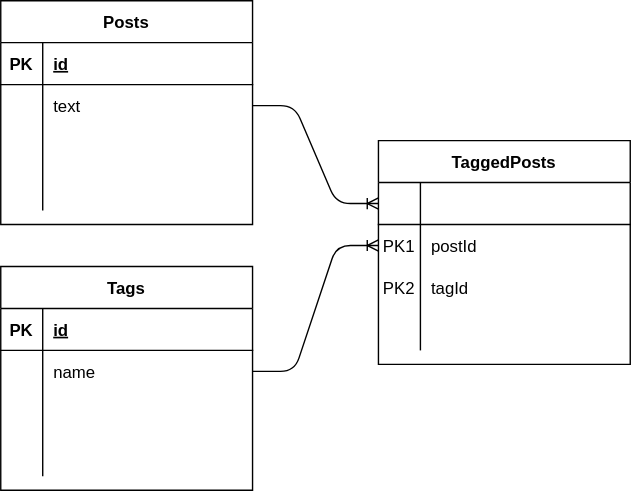
tomoya3178/praha-challenge keeps this draw.io diagram as 22/answer.drawio.svg. Above is the earlier version. Source tidied: cells renumbered, new cells last; positions are measured from the earlier drawing's top-left corner, leaving out a move shared by most shapes. Source of this version:
```xml
<mxGraphModel>
  <root>
    <mxCell id="0" />
    <mxCell id="1" parent="0" />
    <mxCell id="2" value="TaggedPosts" style="shape=table;startSize=30;rowLines=0;fontStyle=1;align=center;fontColor=#000000;" parent="1" vertex="1">
      <mxGeometry x="270" y="100" width="180" height="160" as="geometry" />
    </mxCell>
    <mxCell id="3" style="shape=partialRectangle;fillColor=none;top=0;left=0;bottom=1;right=0;points=[[0,0.5],[1,0.5]];portConstraint=eastwest;fontColor=#000000;" parent="2" vertex="1">
      <mxGeometry y="30" width="180" height="30" as="geometry" />
    </mxCell>
    <mxCell id="4" style="shape=partialRectangle;fillColor=none;top=0;left=0;bottom=0;right=0;fontStyle=1;overflow=hidden;fontColor=#000000;" parent="3" vertex="1">
      <mxGeometry width="30" height="30" as="geometry" />
    </mxCell>
    <mxCell id="5" style="shape=partialRectangle;fillColor=none;top=0;left=0;bottom=0;right=0;align=left;spacingLeft=6;fontStyle=5;overflow=hidden;fontColor=#000000;" parent="3" vertex="1">
      <mxGeometry x="30" width="150" height="30" as="geometry" />
    </mxCell>
    <mxCell id="6" style="shape=partialRectangle;fillColor=none;top=0;left=0;bottom=0;right=0;points=[[0,0.5],[1,0.5]];portConstraint=eastwest;fontColor=#000000;" parent="2" vertex="1">
      <mxGeometry y="60" width="180" height="30" as="geometry" />
    </mxCell>
    <mxCell id="7" value="PK1" style="shape=partialRectangle;fillColor=none;top=0;left=0;bottom=0;right=0;overflow=hidden;fontColor=#000000;" parent="6" vertex="1">
      <mxGeometry width="30" height="30" as="geometry" />
    </mxCell>
    <mxCell id="8" value="postId" style="shape=partialRectangle;fillColor=none;top=0;left=0;bottom=0;right=0;align=left;spacingLeft=6;overflow=hidden;fontColor=#000000;" parent="6" vertex="1">
      <mxGeometry x="30" width="150" height="30" as="geometry" />
    </mxCell>
    <mxCell id="9" style="shape=partialRectangle;fillColor=none;top=0;left=0;bottom=0;right=0;points=[[0,0.5],[1,0.5]];portConstraint=eastwest;fontColor=#000000;" parent="2" vertex="1">
      <mxGeometry y="90" width="180" height="30" as="geometry" />
    </mxCell>
    <mxCell id="10" value="PK2" style="shape=partialRectangle;fillColor=none;top=0;left=0;bottom=0;right=0;overflow=hidden;fontColor=#000000;" parent="9" vertex="1">
      <mxGeometry width="30" height="30" as="geometry" />
    </mxCell>
    <mxCell id="11" value="tagId" style="shape=partialRectangle;fillColor=none;top=0;left=0;bottom=0;right=0;align=left;spacingLeft=6;overflow=hidden;fontColor=#000000;" parent="9" vertex="1">
      <mxGeometry x="30" width="150" height="30" as="geometry" />
    </mxCell>
    <mxCell id="12" style="shape=partialRectangle;fillColor=none;top=0;left=0;bottom=0;right=0;fontColor=#000000;" parent="2" vertex="1">
      <mxGeometry y="120" width="180" height="30" as="geometry" />
    </mxCell>
    <mxCell id="13" style="shape=partialRectangle;fillColor=none;top=0;left=0;bottom=0;right=0;overflow=hidden;fontColor=#000000;" parent="12" vertex="1">
      <mxGeometry width="30" height="30" as="geometry" />
    </mxCell>
    <mxCell id="14" style="shape=partialRectangle;fillColor=none;top=0;left=0;bottom=0;right=0;align=left;spacingLeft=6;overflow=hidden;fontColor=#000000;" parent="12" vertex="1">
      <mxGeometry x="30" width="150" height="30" as="geometry" />
    </mxCell>
    <mxCell id="15" value="Posts" style="shape=table;startSize=30;rowLines=0;fontStyle=1;align=center;fontColor=#000000;" parent="1" vertex="1">
      <mxGeometry width="180" height="160" as="geometry" />
    </mxCell>
    <mxCell id="16" style="shape=partialRectangle;fillColor=none;top=0;left=0;bottom=1;right=0;fontColor=#000000;" parent="15" vertex="1">
      <mxGeometry y="30" width="180" height="30" as="geometry" />
    </mxCell>
    <mxCell id="17" value="PK" style="shape=partialRectangle;fillColor=none;top=0;left=0;bottom=0;right=0;fontStyle=1;overflow=hidden;fontColor=#000000;" parent="16" vertex="1">
      <mxGeometry width="30" height="30" as="geometry" />
    </mxCell>
    <mxCell id="18" value="id" style="shape=partialRectangle;fillColor=none;top=0;left=0;bottom=0;right=0;align=left;spacingLeft=6;fontStyle=5;overflow=hidden;fontColor=#000000;" parent="16" vertex="1">
      <mxGeometry x="30" width="150" height="30" as="geometry" />
    </mxCell>
    <mxCell id="19" style="shape=partialRectangle;fillColor=none;top=0;left=0;bottom=0;right=0;points=[[0,0.5],[1,0.5]];portConstraint=eastwest;fontColor=#000000;" parent="15" vertex="1">
      <mxGeometry y="60" width="180" height="30" as="geometry" />
    </mxCell>
    <mxCell id="20" style="shape=partialRectangle;fillColor=none;top=0;left=0;bottom=0;right=0;overflow=hidden;fontColor=#000000;" parent="19" vertex="1">
      <mxGeometry width="30" height="30" as="geometry" />
    </mxCell>
    <mxCell id="21" value="text" style="shape=partialRectangle;fillColor=none;top=0;left=0;bottom=0;right=0;align=left;spacingLeft=6;overflow=hidden;fontColor=#000000;" parent="19" vertex="1">
      <mxGeometry x="30" width="150" height="30" as="geometry" />
    </mxCell>
    <mxCell id="22" style="shape=partialRectangle;fillColor=none;top=0;left=0;bottom=0;right=0;fontColor=#000000;" parent="15" vertex="1">
      <mxGeometry y="90" width="180" height="30" as="geometry" />
    </mxCell>
    <mxCell id="23" style="shape=partialRectangle;fillColor=none;top=0;left=0;bottom=0;right=0;overflow=hidden;fontColor=#000000;" parent="22" vertex="1">
      <mxGeometry width="30" height="30" as="geometry" />
    </mxCell>
    <mxCell id="24" style="shape=partialRectangle;fillColor=none;top=0;left=0;bottom=0;right=0;align=left;spacingLeft=6;overflow=hidden;fontColor=#000000;" parent="22" vertex="1">
      <mxGeometry x="30" width="150" height="30" as="geometry" />
    </mxCell>
    <mxCell id="25" style="shape=partialRectangle;fillColor=none;top=0;left=0;bottom=0;right=0;fontColor=#000000;" parent="15" vertex="1">
      <mxGeometry y="120" width="180" height="30" as="geometry" />
    </mxCell>
    <mxCell id="26" style="shape=partialRectangle;fillColor=none;top=0;left=0;bottom=0;right=0;overflow=hidden;fontColor=#000000;" parent="25" vertex="1">
      <mxGeometry width="30" height="30" as="geometry" />
    </mxCell>
    <mxCell id="27" style="shape=partialRectangle;fillColor=none;top=0;left=0;bottom=0;right=0;align=left;spacingLeft=6;overflow=hidden;fontColor=#000000;" parent="25" vertex="1">
      <mxGeometry x="30" width="150" height="30" as="geometry" />
    </mxCell>
    <mxCell id="28" value="Tags" style="shape=table;startSize=30;rowLines=0;fontStyle=1;align=center;fontColor=#000000;" parent="1" vertex="1">
      <mxGeometry y="190" width="180" height="160" as="geometry" />
    </mxCell>
    <mxCell id="29" style="shape=partialRectangle;fillColor=none;top=0;left=0;bottom=1;right=0;fontColor=#000000;" parent="28" vertex="1">
      <mxGeometry y="30" width="180" height="30" as="geometry" />
    </mxCell>
    <mxCell id="30" value="PK" style="shape=partialRectangle;fillColor=none;top=0;left=0;bottom=0;right=0;fontStyle=1;overflow=hidden;fontColor=#000000;" parent="29" vertex="1">
      <mxGeometry width="30" height="30" as="geometry" />
    </mxCell>
    <mxCell id="31" value="id" style="shape=partialRectangle;fillColor=none;top=0;left=0;bottom=0;right=0;align=left;spacingLeft=6;fontStyle=5;overflow=hidden;fontColor=#000000;" parent="29" vertex="1">
      <mxGeometry x="30" width="150" height="30" as="geometry" />
    </mxCell>
    <mxCell id="32" style="shape=partialRectangle;fillColor=none;top=0;left=0;bottom=0;right=0;points=[[0,0.5],[1,0.5]];portConstraint=eastwest;fontColor=#000000;" parent="28" vertex="1">
      <mxGeometry y="60" width="180" height="30" as="geometry" />
    </mxCell>
    <mxCell id="33" style="shape=partialRectangle;fillColor=none;top=0;left=0;bottom=0;right=0;overflow=hidden;fontColor=#000000;" parent="32" vertex="1">
      <mxGeometry width="30" height="30" as="geometry" />
    </mxCell>
    <mxCell id="34" value="name" style="shape=partialRectangle;fillColor=none;top=0;left=0;bottom=0;right=0;align=left;spacingLeft=6;overflow=hidden;fontColor=#000000;" parent="32" vertex="1">
      <mxGeometry x="30" width="150" height="30" as="geometry" />
    </mxCell>
    <mxCell id="35" style="shape=partialRectangle;fillColor=none;top=0;left=0;bottom=0;right=0;fontColor=#000000;" parent="28" vertex="1">
      <mxGeometry y="90" width="180" height="30" as="geometry" />
    </mxCell>
    <mxCell id="36" style="shape=partialRectangle;fillColor=none;top=0;left=0;bottom=0;right=0;overflow=hidden;fontColor=#000000;" parent="35" vertex="1">
      <mxGeometry width="30" height="30" as="geometry" />
    </mxCell>
    <mxCell id="37" style="shape=partialRectangle;fillColor=none;top=0;left=0;bottom=0;right=0;align=left;spacingLeft=6;overflow=hidden;fontColor=#000000;" parent="35" vertex="1">
      <mxGeometry x="30" width="150" height="30" as="geometry" />
    </mxCell>
    <mxCell id="38" style="shape=partialRectangle;fillColor=none;top=0;left=0;bottom=0;right=0;fontColor=#000000;" parent="28" vertex="1">
      <mxGeometry y="120" width="180" height="30" as="geometry" />
    </mxCell>
    <mxCell id="39" style="shape=partialRectangle;fillColor=none;top=0;left=0;bottom=0;right=0;overflow=hidden;fontColor=#000000;" parent="38" vertex="1">
      <mxGeometry width="30" height="30" as="geometry" />
    </mxCell>
    <mxCell id="40" style="shape=partialRectangle;fillColor=none;top=0;left=0;bottom=0;right=0;align=left;spacingLeft=6;overflow=hidden;fontColor=#000000;" parent="38" vertex="1">
      <mxGeometry x="30" width="150" height="30" as="geometry" />
    </mxCell>
    <mxCell id="41" style="edgeStyle=entityRelationEdgeStyle;fontSize=12;html=1;endArrow=ERoneToMany;fontColor=#000000;exitX=1;exitY=0.5;exitDx=0;exitDy=0;entryX=0;entryY=0.5;entryDx=0;entryDy=0;" parent="1" edge="1" source="19" target="3">
      <mxGeometry relative="1" as="geometry" />
    </mxCell>
    <mxCell id="42" style="edgeStyle=entityRelationEdgeStyle;fontSize=12;html=1;endArrow=ERoneToMany;fontColor=#000000;exitX=1;exitY=0.5;exitDx=0;exitDy=0;entryX=0;entryY=0.5;entryDx=0;entryDy=0;" parent="1" edge="1" source="32" target="6">
      <mxGeometry relative="1" as="geometry" />
    </mxCell>
  </root>
</mxGraphModel>
```
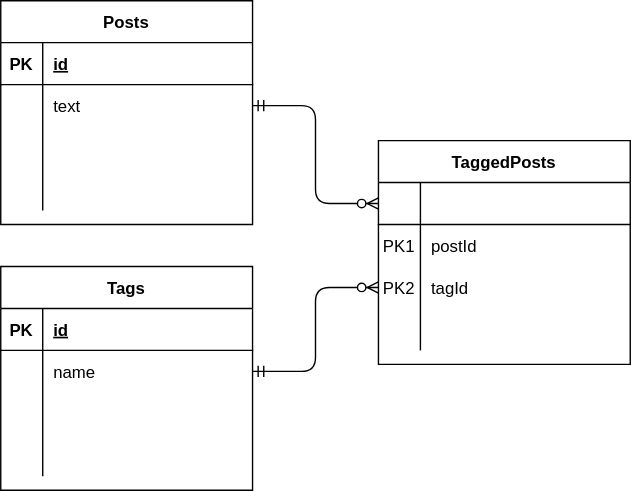
The same diagram one commit later.

Change to the diagram source:
```diff
@@ -119,11 +119,11 @@
     <mxCell id="40" style="shape=partialRectangle;fillColor=none;top=0;left=0;bottom=0;right=0;align=left;spacingLeft=6;overflow=hidden;fontColor=#000000;" parent="38" vertex="1">
       <mxGeometry x="30" width="150" height="30" as="geometry" />
     </mxCell>
-    <mxCell id="41" style="edgeStyle=entityRelationEdgeStyle;fontSize=12;html=1;endArrow=ERoneToMany;fontColor=#000000;exitX=1;exitY=0.5;exitDx=0;exitDy=0;entryX=0;entryY=0.5;entryDx=0;entryDy=0;" parent="1" edge="1" source="19" target="3">
+    <mxCell id="41" style="edgeStyle=orthogonalEdgeStyle;fontSize=12;html=1;endArrow=ERzeroToMany;startArrow=ERmandOne;exitX=1;exitY=0.5;exitDx=0;exitDy=0;entryX=0;entryY=0.5;entryDx=0;entryDy=0;" parent="1" edge="1" source="19" target="3">
       <mxGeometry relative="1" as="geometry" />
     </mxCell>
-    <mxCell id="42" style="edgeStyle=entityRelationEdgeStyle;fontSize=12;html=1;endArrow=ERoneToMany;fontColor=#000000;exitX=1;exitY=0.5;exitDx=0;exitDy=0;entryX=0;entryY=0.5;entryDx=0;entryDy=0;" parent="1" edge="1" source="32" target="6">
-      <mxGeometry relative="1" as="geometry" />
-    </mxCell>
+    <mxCell id="43" style="edgeStyle=orthogonalEdgeStyle;fontSize=12;html=1;endArrow=ERzeroToMany;startArrow=ERmandOne;exitX=1;exitY=0.5;exitDx=0;exitDy=0;entryX=0;entryY=0.5;entryDx=0;entryDy=0;" parent="1" edge="1" source="32" target="9">
+      <mxGeometry relative="1" as="geometry" />
+    </mxCell>
   </root>
 </mxGraphModel>
```
